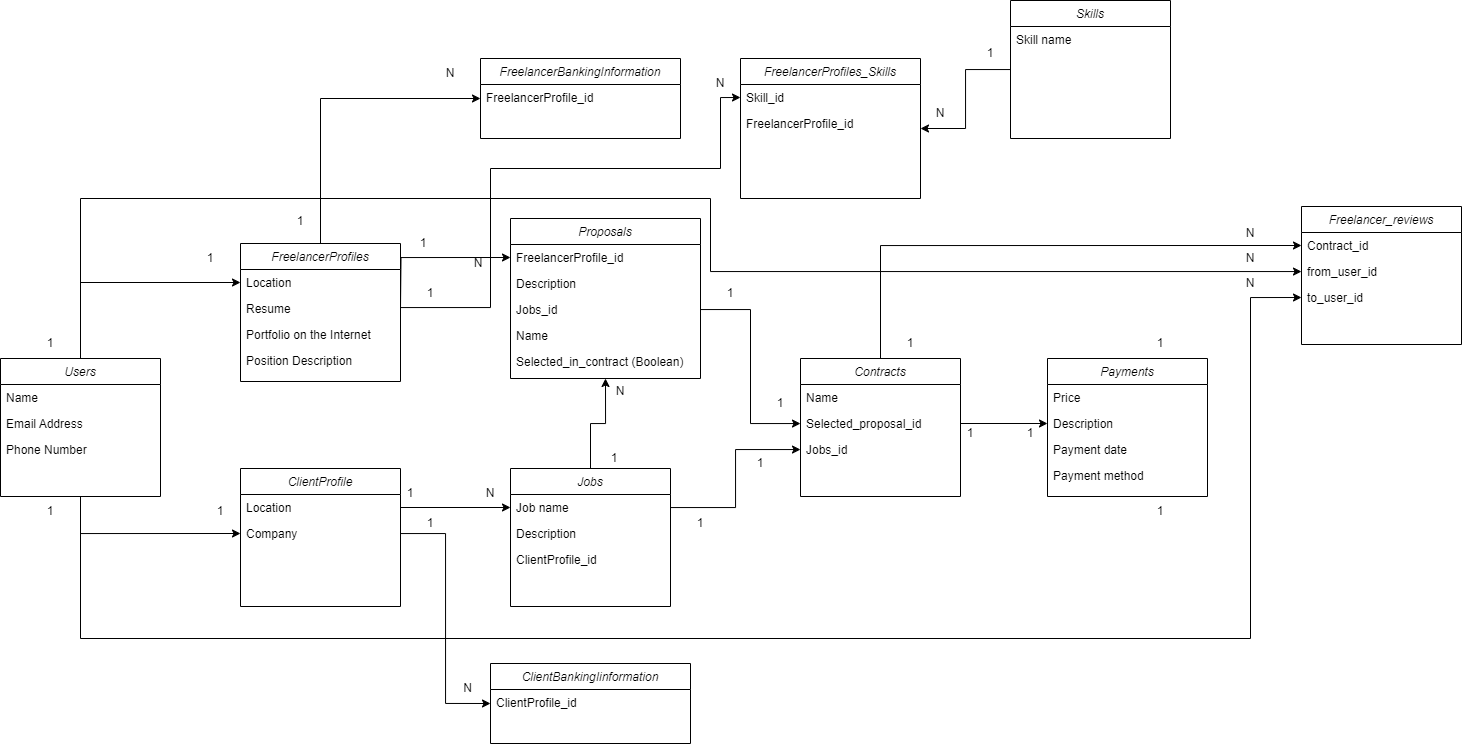
Yepavlov/Freelance_platform keeps this draw.io diagram as docs/db_schema.drawio.png. Above is the earlier version. Source tidied: cells renumbered, new cells last; positions are measured from the earlier drawing's top-left corner, leaving out a move shared by most shapes.
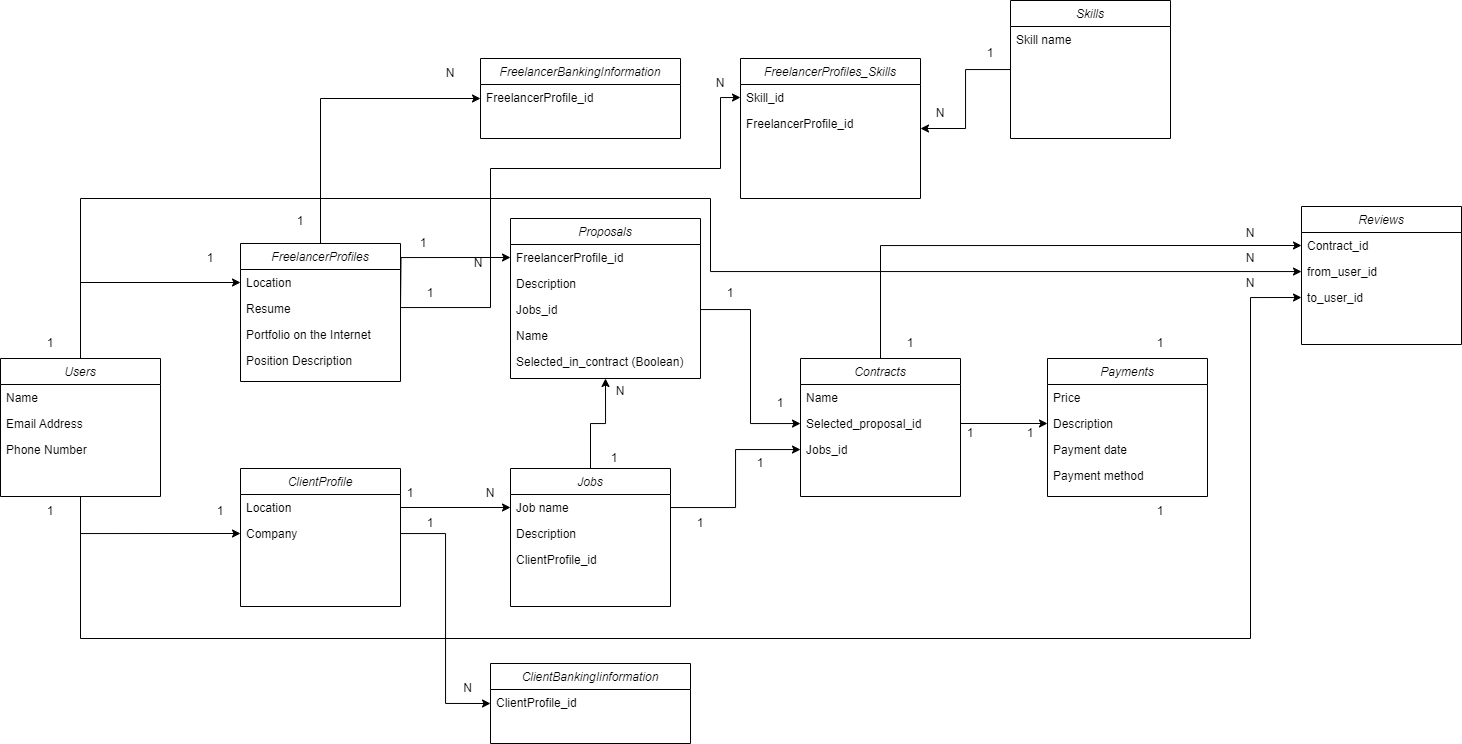
The same diagram one commit later.

What changed in the source:
```diff
@@ -129,7 +129,7 @@
     <mxCell id="40" value="Payment method" style="text;align=left;verticalAlign=top;spacingLeft=4;spacingRight=4;overflow=hidden;" parent="36" vertex="1">
       <mxGeometry y="104" width="160" height="26" as="geometry" />
     </mxCell>
-    <mxCell id="41" value="Freelancer_reviews" style="swimlane;fontStyle=2;align=center;verticalAlign=top;horizontal=1;startSize=26;rounded=0;shadow=0;strokeWidth=1;" parent="1" vertex="1">
+    <mxCell id="41" value="Reviews" style="swimlane;fontStyle=2;align=center;verticalAlign=top;horizontal=1;startSize=26;rounded=0;shadow=0;strokeWidth=1;" parent="1" vertex="1">
       <mxGeometry x="1301" y="206" width="160" height="138" as="geometry" />
     </mxCell>
     <mxCell id="42" value="Contract_id" style="text;align=left;verticalAlign=top;spacingLeft=4;spacingRight=4;overflow=hidden;points=[[0,0.5],[1,0.5]];portConstraint=eastwest;" parent="41" vertex="1">
```
